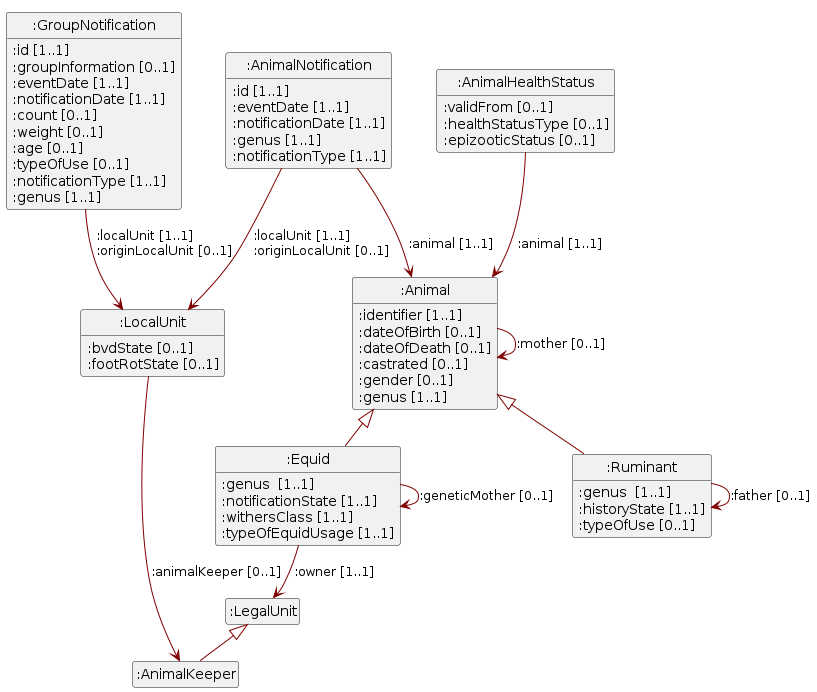
blw-ofag-ufag/eCH-0309 keeps this PlantUML diagram as assets/img/uml.png. Above is the earlier version.
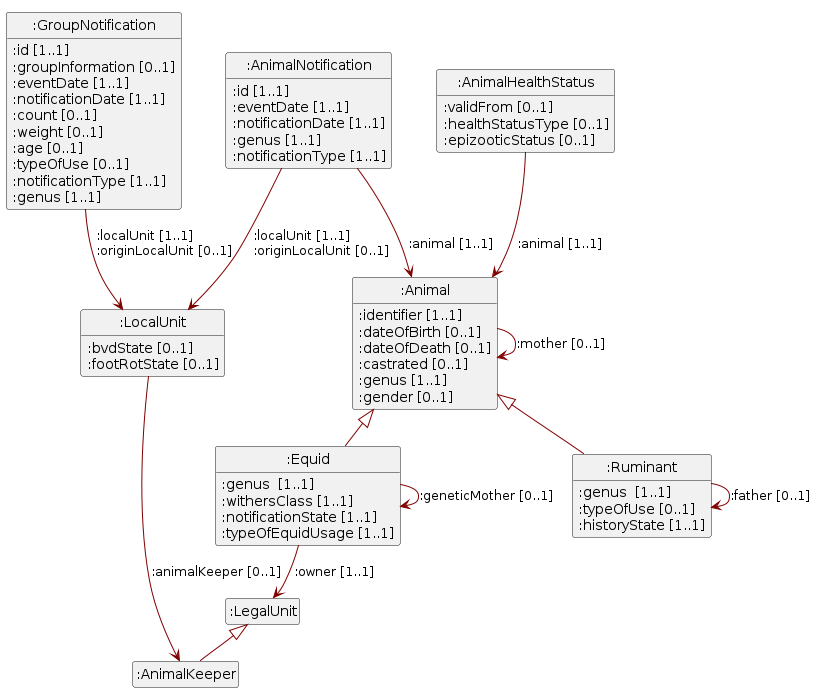
Above is the later version.

The edit, as a diff of the source:
```diff
@@ -11,9 +11,9 @@
 Class ":Equid"
 ":Equid" --> ":LegalUnit" : :owner [1..1]
 ":Equid" : :genus  [1..1]
+":Equid" : :withersClass [1..1]
+":Equid" : :notificationState [1..1]
 ":Equid" --> ":Equid" : :geneticMother<U+00A0>[0..1]
-":Equid" : :notificationState [1..1]
-":Equid" : :withersClass [1..1]
 ":Equid" : :typeOfEquidUsage [1..1]
 Class ":LegalUnit"
 Class ":GroupNotification"
@@ -24,23 +24,23 @@
 ":GroupNotification" : :count [0..1]
 ":GroupNotification" : :weight [0..1]
 ":GroupNotification" : :age [0..1]
+":GroupNotification" : :typeOfUse [0..1]
 ":GroupNotification" --> ":LocalUnit" : :localUnit<U+00A0>[1..1]  \l:originLocalUnit<U+00A0>[0..1]
-":GroupNotification" : :typeOfUse [0..1]
 ":GroupNotification" : :notificationType [1..1]
 ":GroupNotification" : :genus [1..1]
 Class ":Ruminant"
 ":Ruminant" : :genus  [1..1]
+":Ruminant" --> ":Ruminant" : :father<U+00A0>[0..1]
+":Ruminant" : :typeOfUse [0..1]
 ":Ruminant" : :historyState [1..1]
-":Ruminant" : :typeOfUse [0..1]
-":Ruminant" --> ":Ruminant" : :father<U+00A0>[0..1]
 Class ":AnimalKeeper"
 Class ":AnimalNotification"
 ":AnimalNotification" : :id [1..1]
 ":AnimalNotification" : :eventDate [1..1]
 ":AnimalNotification" : :notificationDate [1..1]
 ":AnimalNotification" --> ":Animal" : :animal<U+00A0>[1..1]
+":AnimalNotification" : :genus [1..1]
 ":AnimalNotification" --> ":LocalUnit" : :localUnit<U+00A0>[1..1]  \l:originLocalUnit<U+00A0>[0..1]
-":AnimalNotification" : :genus [1..1]
 ":AnimalNotification" : :notificationType [1..1]
 Class ":LocalUnit"
 ":LocalUnit" --> ":AnimalKeeper" : :animalKeeper [0..1]
@@ -56,9 +56,9 @@
 ":Animal" : :dateOfBirth [0..1]
 ":Animal" : :dateOfDeath [0..1]
 ":Animal" : :castrated [0..1]
+":Animal" : :genus [1..1]
+":Animal" --> ":Animal" : :mother<U+00A0>[0..1]
 ":Animal" : :gender [0..1]
-":Animal" --> ":Animal" : :mother<U+00A0>[0..1]
-":Animal" : :genus [1..1]
 ":Animal" <|-- ":Equid"
 ":Animal" <|-- ":Ruminant"
 ":LegalUnit" <|-- ":AnimalKeeper"
```
